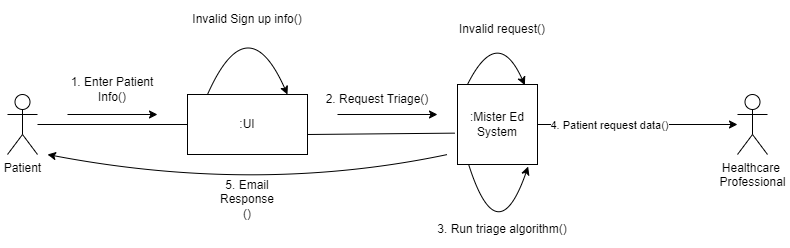
Earlier version of the draw.io export JustinWork/Collaboration.png (SENG-350-2024-fall/Team9). Source tidied: cells renumbered, new cells last; positions are measured from the earlier drawing's top-left corner, leaving out a move shared by most shapes.
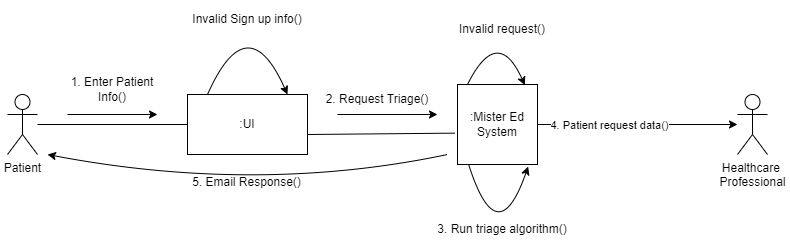
The same file after the commit.

What changed in the source:
```diff
@@ -87,8 +87,8 @@
     <mxCell id="20" value="1. Enter Patient Info()" style="text;html=1;align=center;verticalAlign=middle;whiteSpace=wrap;rounded=0;" parent="1" vertex="1">
       <mxGeometry x="60" y="70" width="90" height="30" as="geometry" />
     </mxCell>
-    <mxCell id="21" value="5. Email Response ()" style="text;html=1;align=center;verticalAlign=middle;whiteSpace=wrap;rounded=0;" parent="1" vertex="1">
-      <mxGeometry x="210" y="180" width="60" height="30" as="geometry" />
+    <mxCell id="21" value="5. Email Response()" style="text;html=1;align=center;verticalAlign=middle;whiteSpace=wrap;rounded=0;" parent="1" vertex="1">
+      <mxGeometry x="177" y="163" width="125" height="30" as="geometry" />
     </mxCell>
   </root>
 </mxGraphModel>
```
